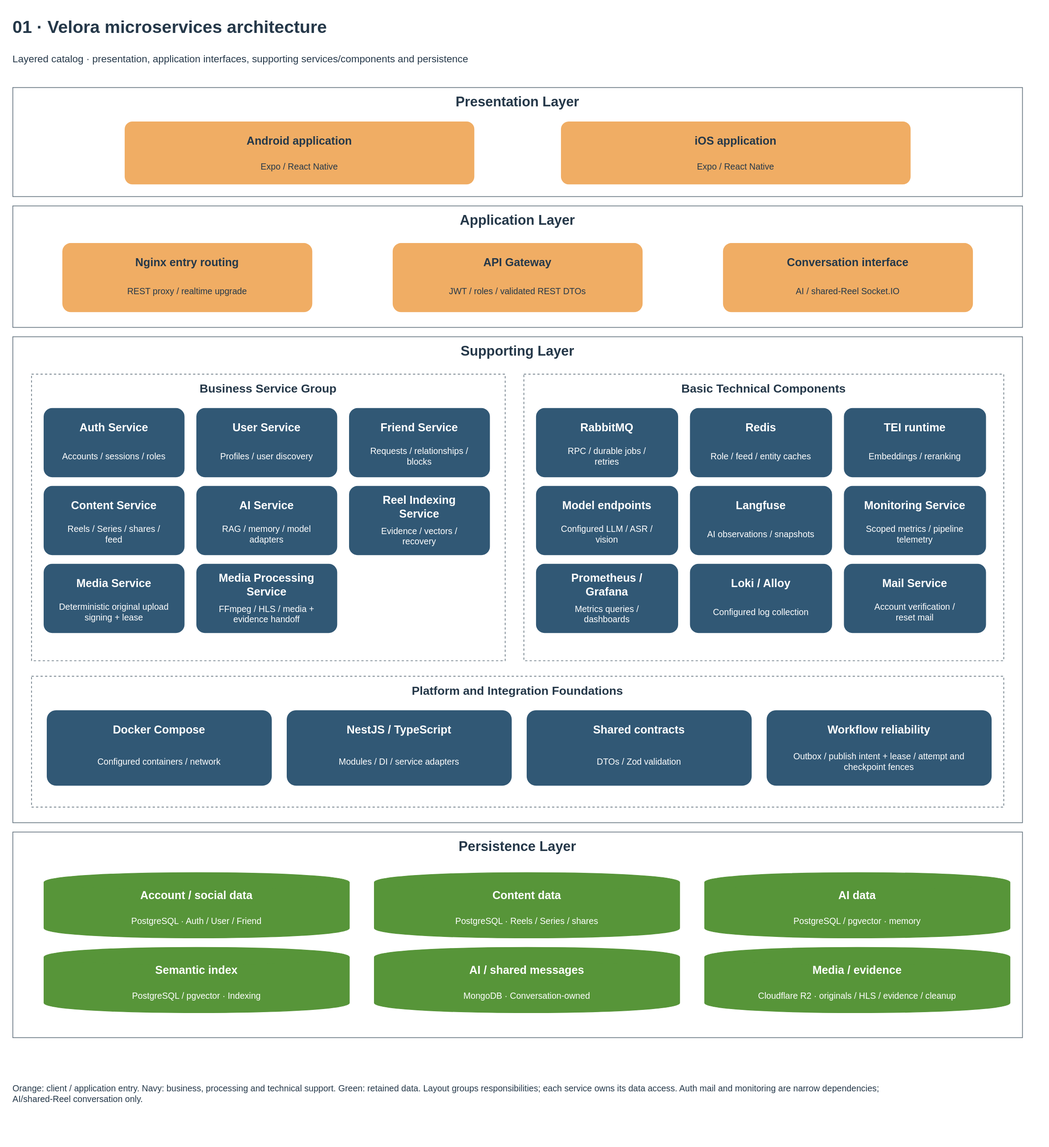
This is docs/diagrams/velora-current/importable-svg/01-microservices-architecture.drawio.svg from HieuCuteDangYeu/velora-backend, a draw.io export, as it was before one commit. Source tidied: cells renumbered, new cells last; positions are measured from the earlier drawing's top-left corner, leaving out a move shared by most shapes.
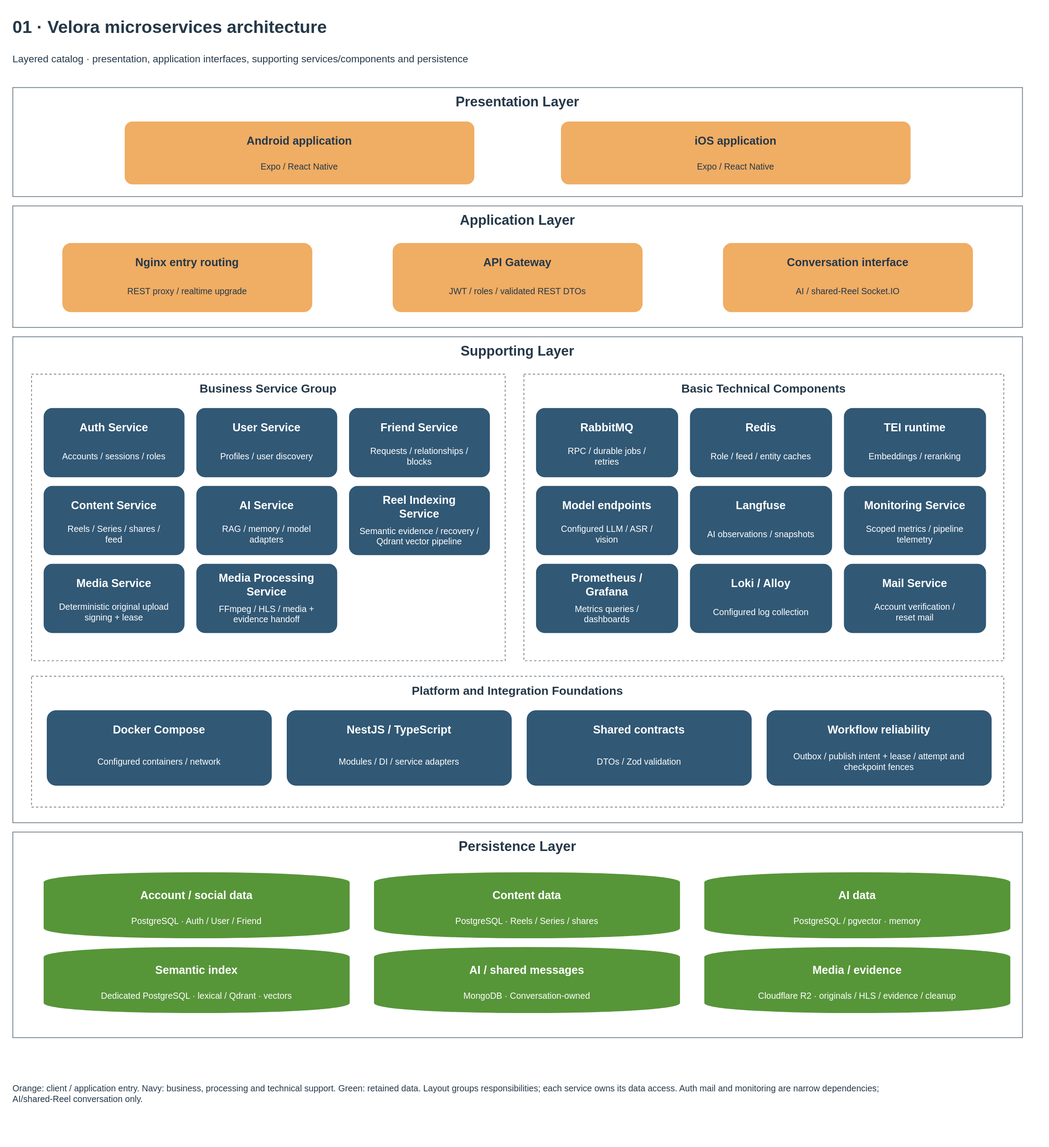
After the change.

Commit message:
docs(diagrams): update architecture and indexing diagrams for qdrant vector pipeline

Diff of the diagram source:
```diff
@@ -134,7 +134,7 @@
     <mxCell id="45" value="Reel Indexing&lt;br&gt;Service" style="text;html=1;whiteSpace=wrap;fontFamily=Arial;fontSize=18;fontColor=#ffffff;fontStyle=1;align=center;verticalAlign=middle;spacing=0;strokeColor=none;fillColor=none;" parent="44" vertex="1">
       <mxGeometry x="14" y="12" width="197" height="44" as="geometry" />
     </mxCell>
-    <mxCell id="46" value="Evidence / vectors /&lt;br&gt;recovery" style="text;html=1;whiteSpace=wrap;fontFamily=Arial;fontSize=14;fontColor=#ffffff;fontStyle=0;align=center;verticalAlign=middle;spacing=0;strokeColor=none;fillColor=none;" parent="44" vertex="1">
+    <mxCell id="46" value="Semantic evidence / recovery /&lt;br&gt;Qdrant vector pipeline" style="text;html=1;whiteSpace=wrap;fontFamily=Arial;fontSize=14;fontColor=#ffffff;fontStyle=0;align=center;verticalAlign=middle;spacing=0;strokeColor=none;fillColor=none;" parent="44" vertex="1">
       <mxGeometry x="14" y="59" width="197" height="42" as="geometry" />
     </mxCell>
     <mxCell id="47" style="rounded=1;arcSize=12;fillColor=#315875;strokeColor=#315875;" parent="1" vertex="1">
@@ -317,7 +317,7 @@
     <mxCell id="106" value="Semantic index" style="text;html=1;whiteSpace=wrap;fontFamily=Arial;fontSize=18;fontColor=#ffffff;fontStyle=1;align=center;verticalAlign=middle;spacing=0;strokeColor=none;fillColor=none;" parent="105" vertex="1">
       <mxGeometry x="14" y="18" width="462" height="38" as="geometry" />
     </mxCell>
-    <mxCell id="107" value="PostgreSQL / pgvector · Indexing" style="text;html=1;whiteSpace=wrap;fontFamily=Arial;fontSize=14;fontColor=#ffffff;fontStyle=0;align=center;verticalAlign=middle;spacing=0;strokeColor=none;fillColor=none;" parent="105" vertex="1">
+    <mxCell id="107" value="Dedicated PostgreSQL · lexical / Qdrant · vectors" style="text;html=1;whiteSpace=wrap;fontFamily=Arial;fontSize=14;fontColor=#ffffff;fontStyle=0;align=center;verticalAlign=middle;spacing=0;strokeColor=none;fillColor=none;" parent="105" vertex="1">
       <mxGeometry x="14" y="59" width="462" height="37" as="geometry" />
     </mxCell>
     <mxCell id="108" style="shape=cylinder;size=0.15;boundedLbl=1;rounded=0;arcSize=12;fillColor=#579539;strokeColor=#579539;" parent="1" vertex="1">
```
